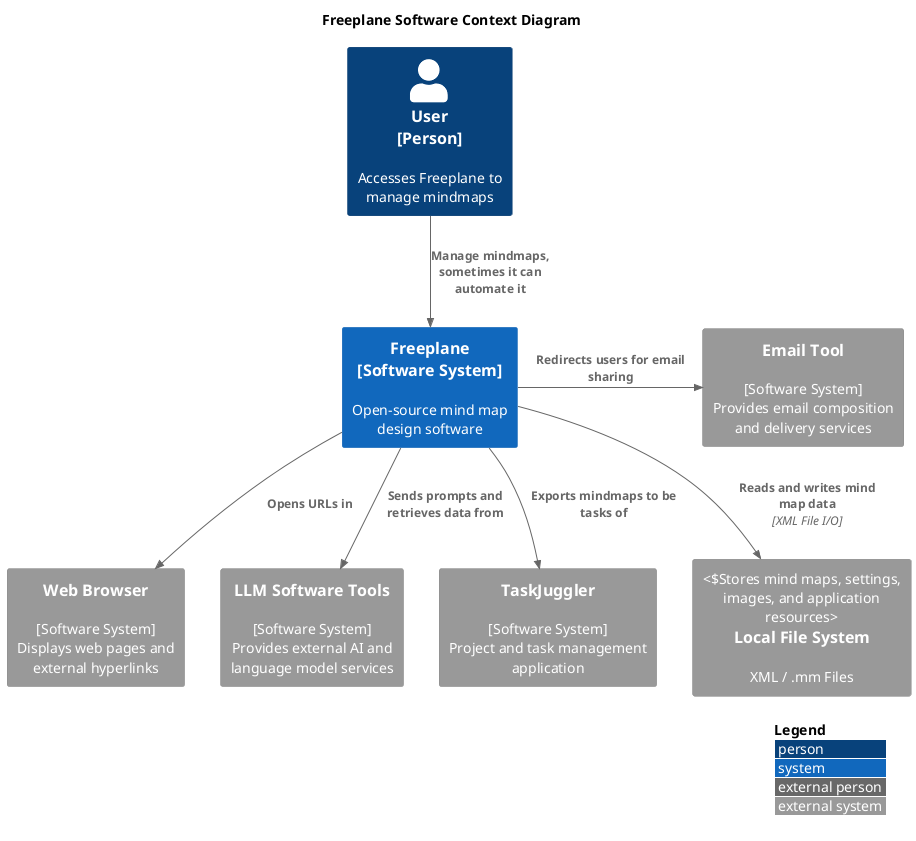
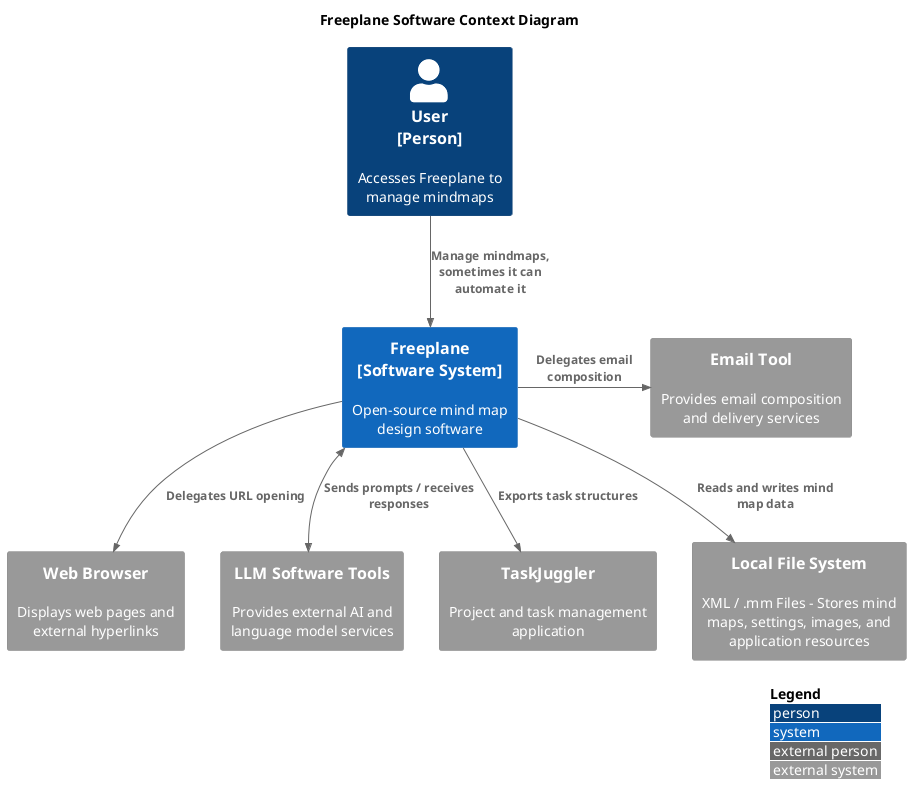
@startuml
- !include <C4/C4_Context.puml>
- title Freeplane Software Context Diagram
+     !include <C4/C4_Context.puml>
+     title Freeplane Software Context Diagram

- Person(beginner, "User\n[Person]", "Accesses Freeplane to manage mindmaps")
+     Person(beginner, "User\n[Person]", "Accesses Freeplane to manage mindmaps")

- System(freeplane, "Freeplane\n[Software System]", "Open-source mind map design software")
+     System(freeplane, "Freeplane\n[Software System]", "Open-source mind map design software")

- System_Ext(browser, "Web Browser", "[Software System]\nDisplays web pages and external hyperlinks")
- System_Ext(llm, "LLM Software Tools", "[Software System]\nProvides external AI and language model services")
- System_Ext(smtp, "Email Tool", "[Software System]\nProvides email composition and delivery services")
- System_Ext(taskjuggler, "TaskJuggler", "[Software System]\nProject and task management application")
- System_Ext(file_system, "Local File System", "XML / .mm Files", "Stores mind maps, settings, images, and application resources")
+     System_Ext(browser, "Web Browser", "Displays web pages and external hyperlinks")
+     System_Ext(llm, "LLM Software Tools", "Provides external AI and language model services")
+     System_Ext(smtp, "Email Tool", "Provides email composition and delivery services")
+     System_Ext(taskjuggler, "TaskJuggler", "Project and task management application")
+     System_Ext(file_system, "Local File System", "XML / .mm Files - Stores mind maps, settings, images, and application resources")

- Rel_D(beginner, freeplane, "Manage mindmaps, sometimes it can automate it")
+     Rel_D(beginner, freeplane, "Manage mindmaps, sometimes it can automate it")

- Rel_R(freeplane, smtp, "Redirects users for email sharing")
- Rel_D(freeplane, file_system, "Reads and writes mind map data", "XML File I/O")
- 
- Rel(freeplane, llm, "Sends prompts and retrieves data from")
- Rel(freeplane, taskjuggler, "Exports mindmaps to be tasks of")
- Rel(freeplane, browser, "Opens URLs in")
+     Rel_R(freeplane, smtp, "Delegates email composition")
+     Rel_D(freeplane, file_system, "Reads and writes mind map data")
+     Rel(freeplane, browser, "Delegates URL opening")
+     Rel(freeplane, taskjuggler, "Exports task structures")
+     BiRel(freeplane, llm, "Sends prompts / receives responses")


- LAYOUT_WITH_LEGEND()
+     LAYOUT_WITH_LEGEND()

- @enduml+     @enduml